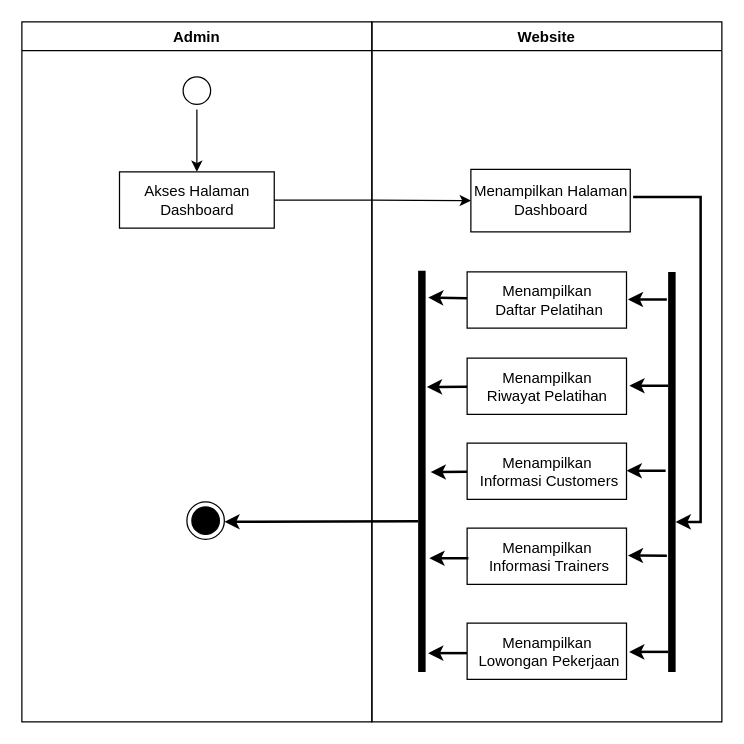
The draw.io diagram Dokumen TA/Diagram/activity_diagram/admin/admin menampilkan dashboard.drawio in secondline16/ptsuryasafetynusantara, before the edit. Source tidied: cells renumbered, new cells numbered last; positions are measured from the earlier drawing's top-left corner, leaving out a move shared by most shapes. Both pictures are drawn from the tidied source at 125%, with x=0, y=0 at pixel (21, 21).
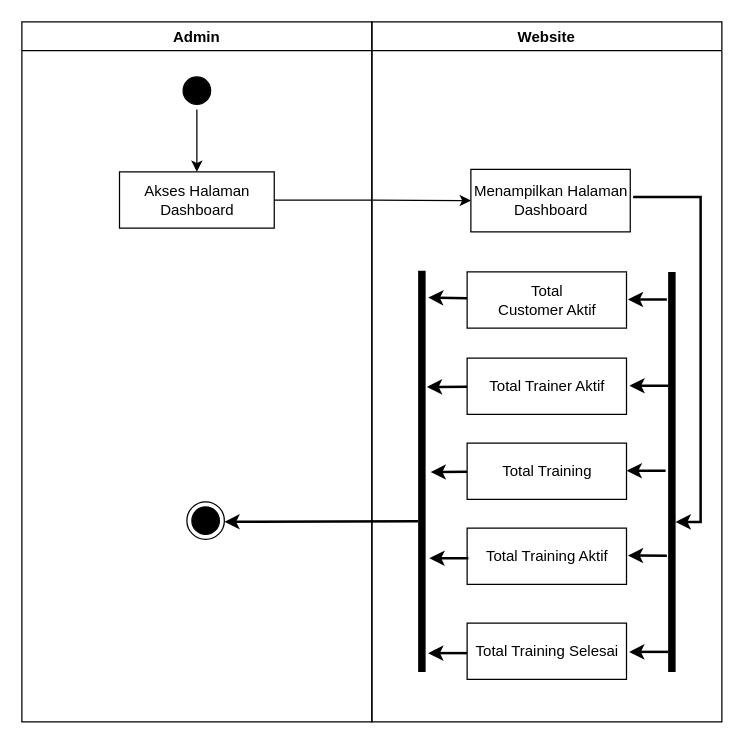
Above is the later version.

The change refers to these unchanged cells:
```xml
<mxCell id="2" value="Website" style="swimlane;fillColor=none;" parent="1" vertex="1">
  <mxGeometry x="280" width="280" height="560" as="geometry" />
</mxCell>
<mxCell id="21" value="Admin" style="swimlane;fillColor=none;startSize=23;" parent="1" vertex="1">
  <mxGeometry width="280" height="560" as="geometry" />
</mxCell>
```

Change to the diagram source:
```diff
@@
-    <mxCell id="6" value="Menampilkan &lt;br&gt;&amp;nbsp;Daftar Pelatihan" style="html=1;strokeColor=#000000;fillColor=default;" parent="2" vertex="1">
+    <mxCell id="6" value="Total&lt;br&gt;Customer Aktif" style="html=1;strokeColor=#000000;fillColor=default;" parent="2" vertex="1">
       <mxGeometry x="76.2" y="200" width="127.5" height="45" as="geometry" />
     </mxCell>
@@
-    <mxCell id="8" value="Menampilkan&lt;br&gt;Riwayat Pelatihan" style="html=1;strokeColor=#000000;fillColor=default;" parent="2" vertex="1">
+    <mxCell id="8" value="Total Trainer Aktif" style="html=1;strokeColor=#000000;fillColor=default;" parent="2" vertex="1">
       <mxGeometry x="76.2" y="269" width="127.5" height="45" as="geometry" />
     </mxCell>
@@
-    <mxCell id="10" value="Menampilkan &lt;br&gt;&amp;nbsp;Informasi Customers" style="html=1;strokeColor=#000000;fillColor=default;" parent="2" vertex="1">
+    <mxCell id="10" value="Total Training" style="html=1;strokeColor=#000000;fillColor=default;" parent="2" vertex="1">
       <mxGeometry x="76.2" y="337" width="127.5" height="45" as="geometry" />
     </mxCell>
-    <mxCell id="11" value="Menampilkan &lt;br&gt;&amp;nbsp;Informasi Trainers" style="html=1;strokeColor=#000000;fillColor=default;" parent="2" vertex="1">
+    <mxCell id="11" value="Total Training Aktif" style="html=1;strokeColor=#000000;fillColor=default;" parent="2" vertex="1">
       <mxGeometry x="76.2" y="405" width="127.5" height="45" as="geometry" />
     </mxCell>
@@
-    <mxCell id="23" style="ellipse;html=1;shape=startState;fillColor=default;strokeColor=#000000;" parent="21" vertex="1">
+    <mxCell id="23" style="ellipse;html=1;shape=startState;fillColor=#000000;strokeColor=#000000;" parent="21" vertex="1">
       <mxGeometry x="125" y="40" width="30" height="30" as="geometry" />
     </mxCell>
@@
-    <mxCell id="27" value="Menampilkan &lt;br&gt;&amp;nbsp;Lowongan Pekerjaan" style="html=1;strokeColor=#000000;fillColor=default;" parent="1" vertex="1">
+    <mxCell id="27" value="Total Training Selesai" style="html=1;strokeColor=#000000;fillColor=default;" parent="1" vertex="1">
       <mxGeometry x="356.2" y="481" width="127.5" height="45" as="geometry" />
     </mxCell>
```
